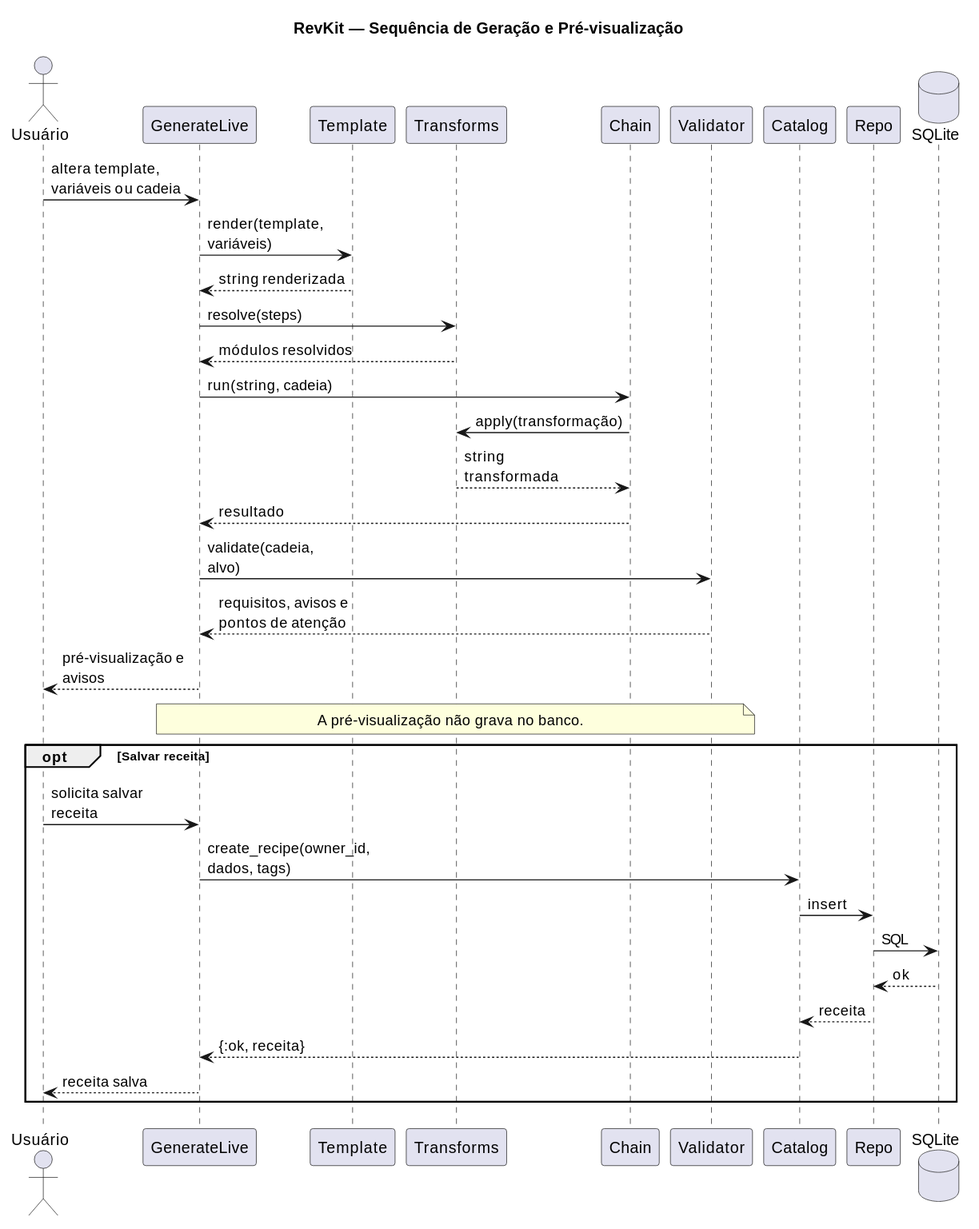
This is docs/diagramas/sequencia-geracao.svg from Andoreatta/revkit, a PlantUML export, as it was before one commit.
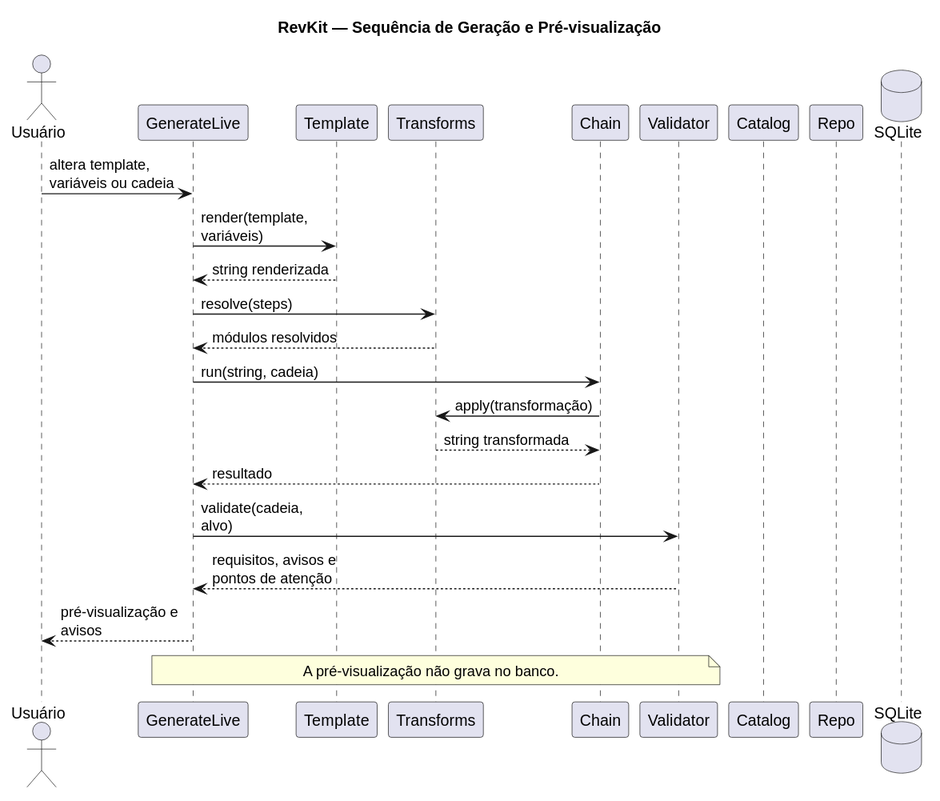
After the change.

What changed in the source:
```diff
@@ -26,15 +26,4 @@
 live --> user : pré-visualização e avisos
 
 note over live, validator : A pré-visualização não grava no banco.
-
-opt Salvar receita
-  user -> live : solicita salvar receita
-  live -> catalog : create_recipe(owner_id, dados, tags)
-  catalog -> repo : insert
-  repo -> db : SQL
-  db --> repo : ok
-  repo --> catalog : receita
-  catalog --> live : {:ok, receita}
-  live --> user : receita salva
-end
 @enduml
```
